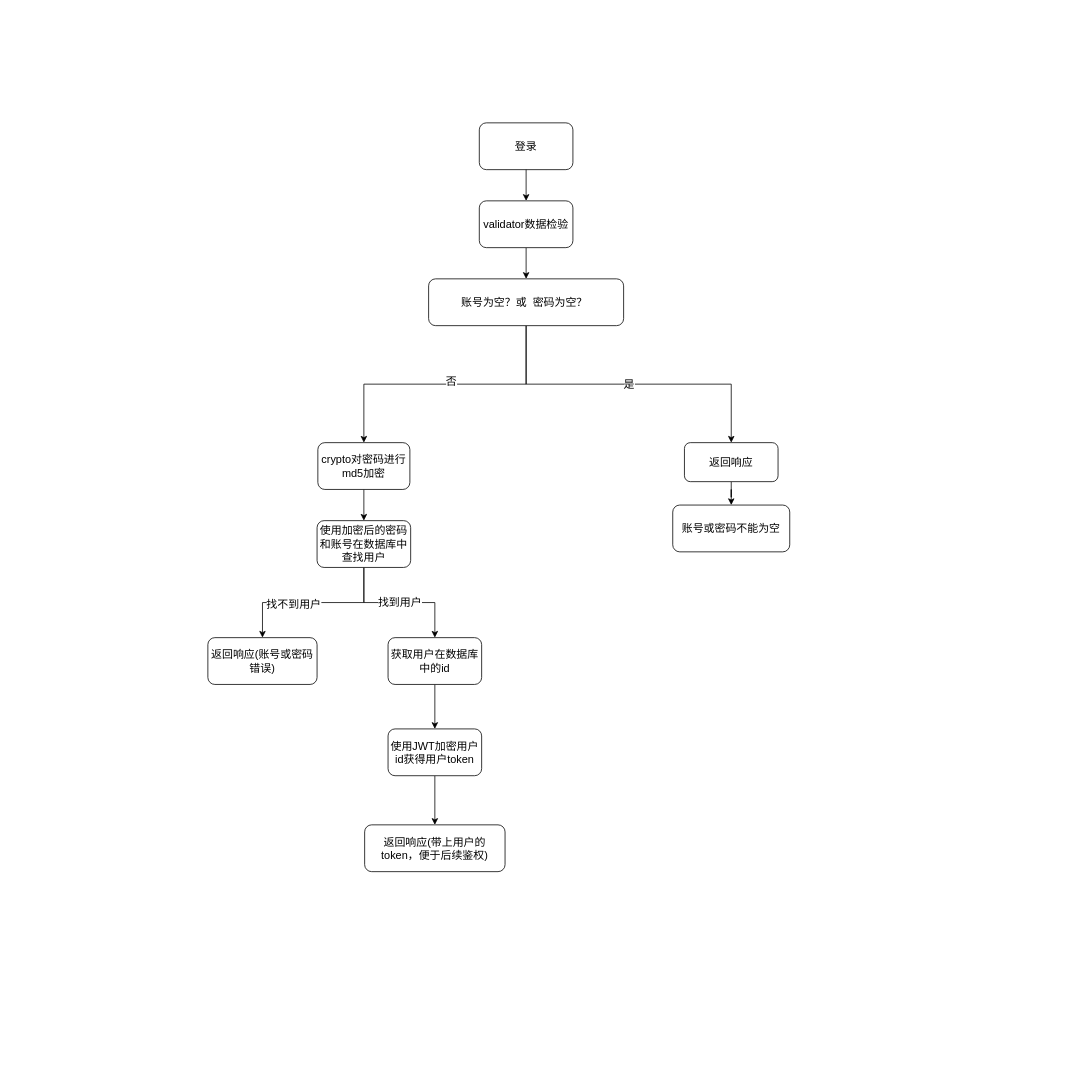
The draw.io diagram 登录流程图.drawio in AdhereZ/graph, before the edit. Source tidied: cells renumbered, new cells numbered last; positions are measured from the earlier drawing's top-left corner, leaving out a move shared by most shapes. Both pictures are drawn from the tidied source at 78%, with x=0, y=0 at pixel (207, 122).
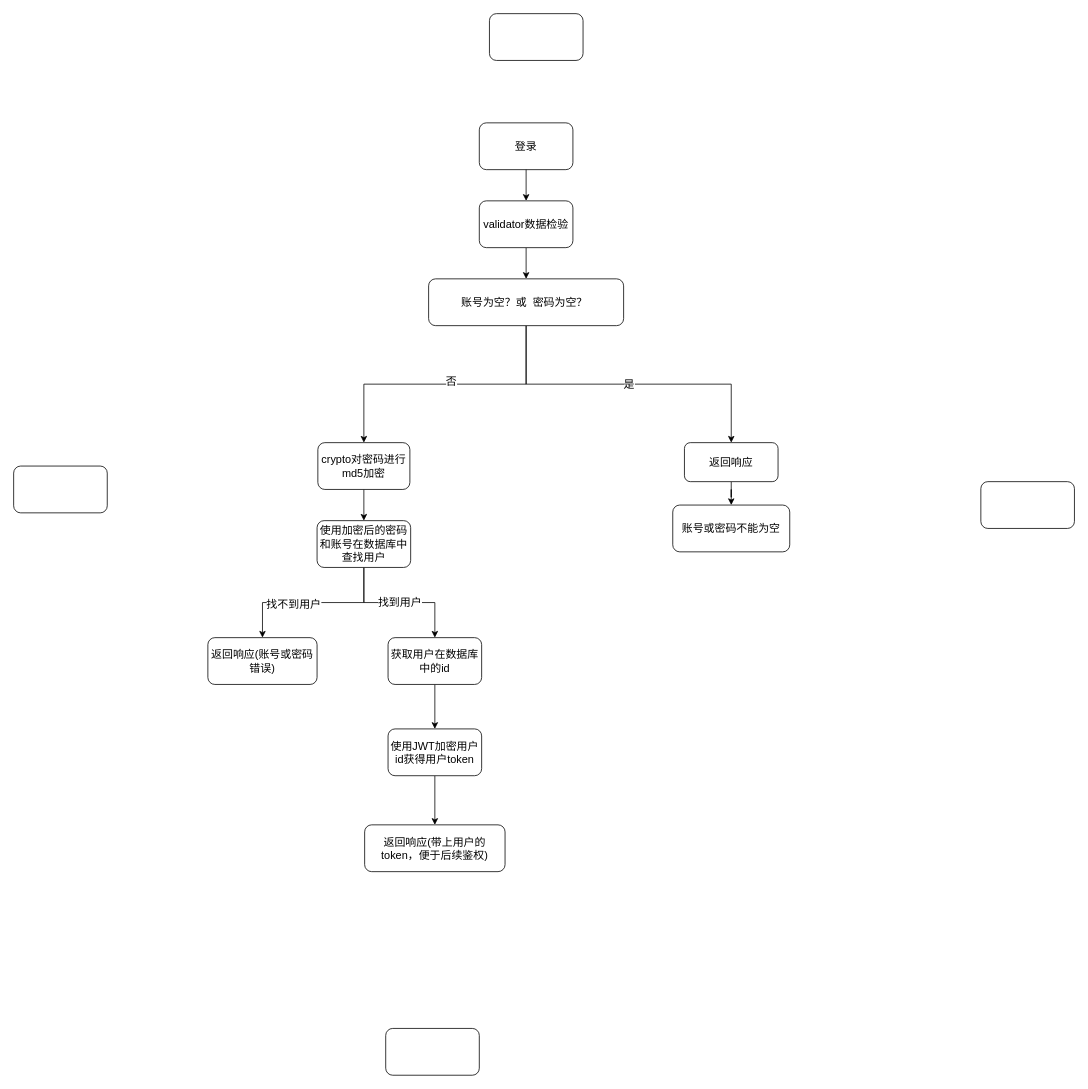
The same diagram, later.

Commit message:
已添加 登录流程图.drawio

Diff of the diagram source:
```diff
@@
-<mxGraphModel>
+<mxGraphModel background="#FFFFFF">
@@
+    <mxCell id="25" style="rounded=1;whiteSpace=wrap;html=1;" parent="1" vertex="1">
+      <mxGeometry x="-249" y="440" width="120" height="60" as="geometry" />
+    </mxCell>
+    <mxCell id="26" style="rounded=1;whiteSpace=wrap;html=1;" parent="1" vertex="1">
+      <mxGeometry x="991" y="460" width="120" height="60" as="geometry" />
+    </mxCell>
+    <mxCell id="27" style="rounded=1;whiteSpace=wrap;html=1;" parent="1" vertex="1">
+      <mxGeometry x="361" y="-140" width="120" height="60" as="geometry" />
+    </mxCell>
+    <mxCell id="28" style="rounded=1;whiteSpace=wrap;html=1;" parent="1" vertex="1">
+      <mxGeometry x="228" y="1161" width="120" height="60" as="geometry" />
+    </mxCell>
```
